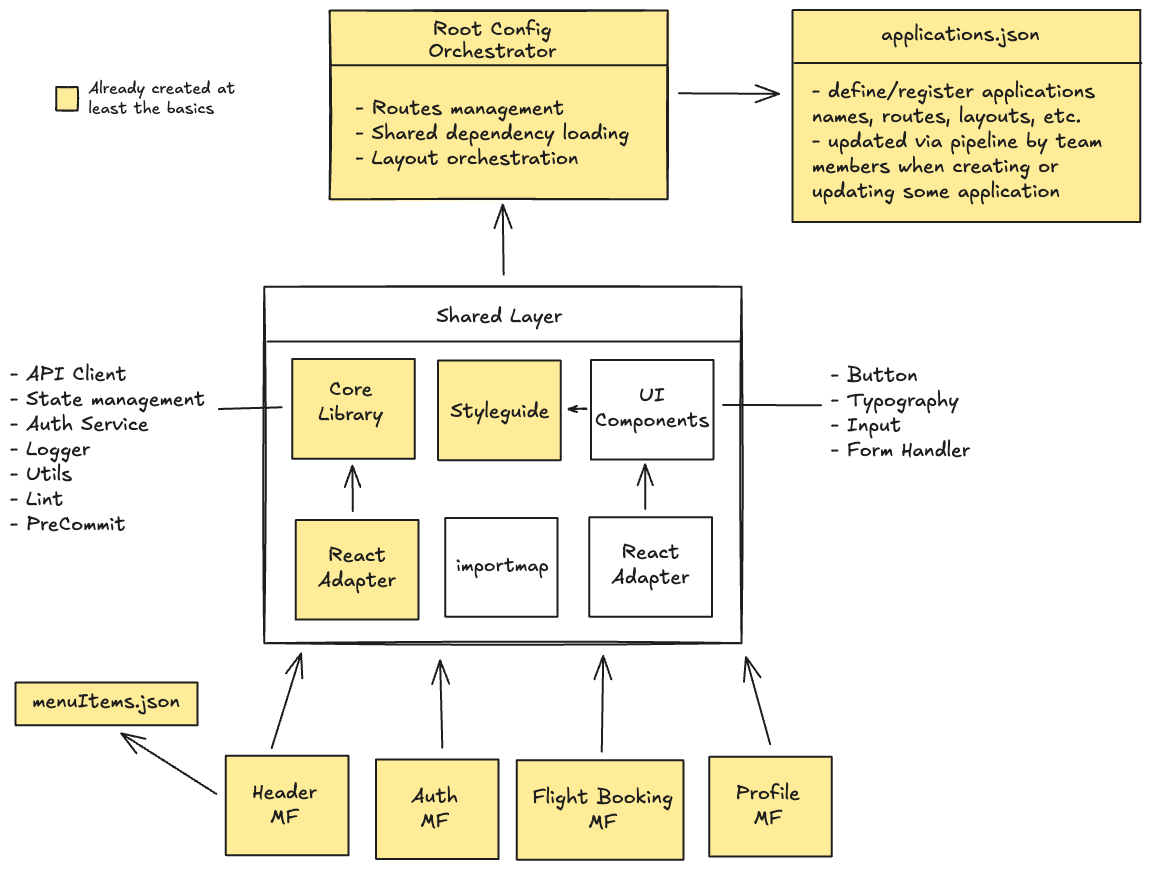
Before: profile/project-architecture.excalidraw.png, a diagram exported from Excalidraw (skymfe/.github). Source tidied: one line per element, renumbered; positions are measured from the earlier drawing's top-left corner, leaving out a move shared by most shapes.
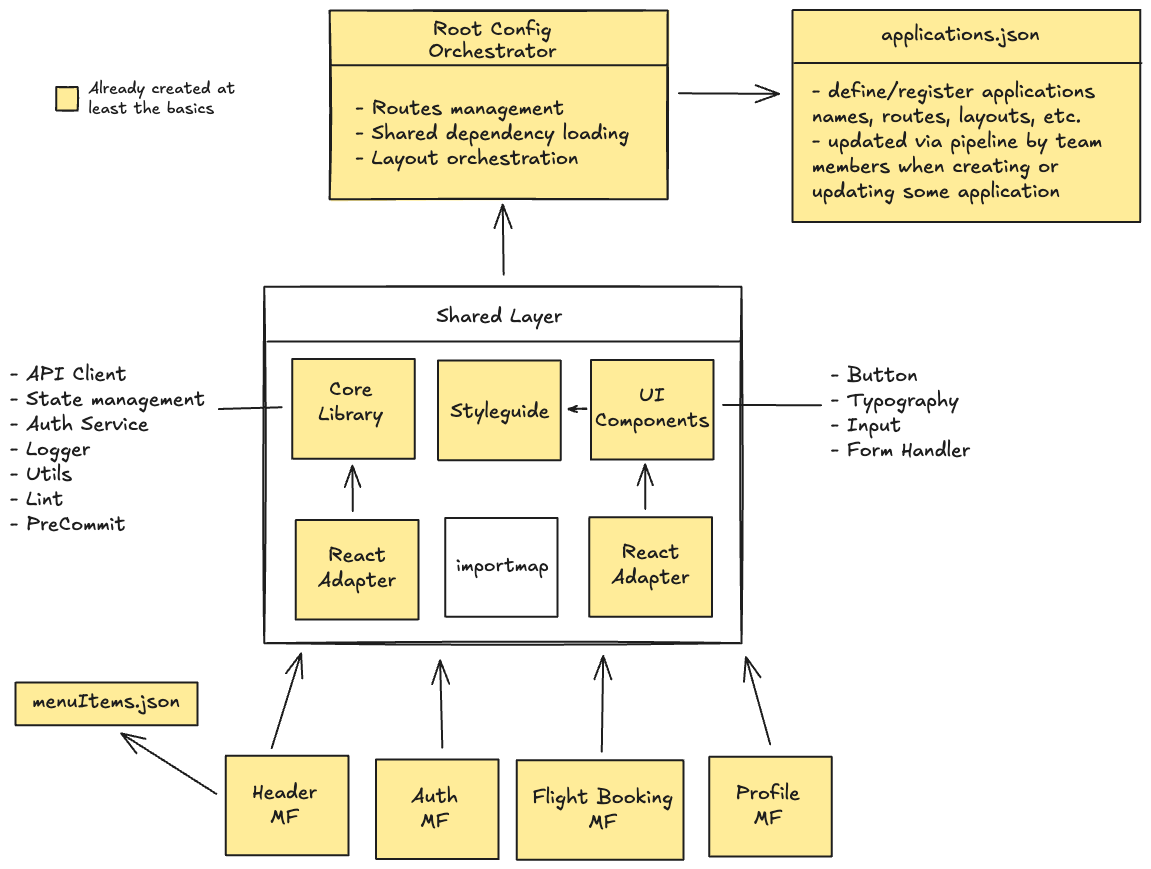
After the commit.

Commit message:
docs: update project architecture diagram to reflect recent updates

Change to the diagram source:
```diff
@@ -28,9 +28,9 @@
 {"id": 27, "type": "rectangle", "strokeColor": "#1e1e1e", "backgroundColor": "#ffec99", "fillStyle": "solid", "strokeWidth": 2, "roughness": 0, "x": 286, "y": 510, "width": 123, "height": 100}
 {"id": 28, "type": "text", "text": "React\nAdapter", "strokeColor": "#1e1e1e", "backgroundColor": "#ffec99", "fillStyle": "solid", "strokeWidth": 2, "roughness": 0, "fontSize": 20, "fontFamily": 5, "textAlign": "center", "x": 308, "y": 533, "width": 78, "height": 50}
 {"id": 29, "type": "arrow", "strokeColor": "#1e1e1e", "strokeWidth": 2, "roughness": 0, "endArrowhead": "arrow", "round": true, "from": 27, "to": 25, "x": 343, "y": 501, "width": 0, "height": 46, "points": [[0, 0], [0, -46]]}
-{"id": 30, "type": "rectangle", "strokeColor": "#1e1e1e", "strokeWidth": 2, "roughness": 0, "x": 581, "y": 350, "width": 123, "height": 100}
+{"id": 30, "type": "rectangle", "strokeColor": "#1e1e1e", "backgroundColor": "#ffec99", "fillStyle": "solid", "strokeWidth": 2, "roughness": 0, "x": 581, "y": 350, "width": 123, "height": 100}
 {"id": 31, "type": "text", "text": "UI\nComponents", "strokeColor": "#1e1e1e", "strokeWidth": 2, "roughness": 0, "fontSize": 20, "fontFamily": 5, "textAlign": "center", "x": 585, "y": 373, "width": 114, "height": 50}
-{"id": 32, "type": "rectangle", "strokeColor": "#1e1e1e", "strokeWidth": 2, "roughness": 0, "x": 579, "y": 507, "width": 123, "height": 100}
+{"id": 32, "type": "rectangle", "strokeColor": "#1e1e1e", "backgroundColor": "#ffec99", "fillStyle": "solid", "strokeWidth": 2, "roughness": 0, "x": 579, "y": 507, "width": 123, "height": 100}
 {"id": 33, "type": "text", "text": "React\nAdapter", "strokeColor": "#1e1e1e", "strokeWidth": 2, "roughness": 0, "fontSize": 20, "fontFamily": 5, "textAlign": "center", "x": 602, "y": 530, "width": 78, "height": 50}
 {"id": 34, "type": "arrow", "strokeColor": "#1e1e1e", "strokeWidth": 2, "roughness": 0, "endArrowhead": "arrow", "round": true, "from": 32, "to": 30, "x": 635, "y": 499, "width": 0, "height": 45, "points": [[0, 0], [0, -45]]}
 {"id": 35, "type": "arrow", "strokeColor": "#1e1e1e", "strokeWidth": 2, "roughness": 0, "endArrowhead": "arrow", "round": true, "from": 0, "to": 46, "x": 669, "y": 83, "width": 100, "height": 1, "points": [[0, 0], [100, 1]]}
```
